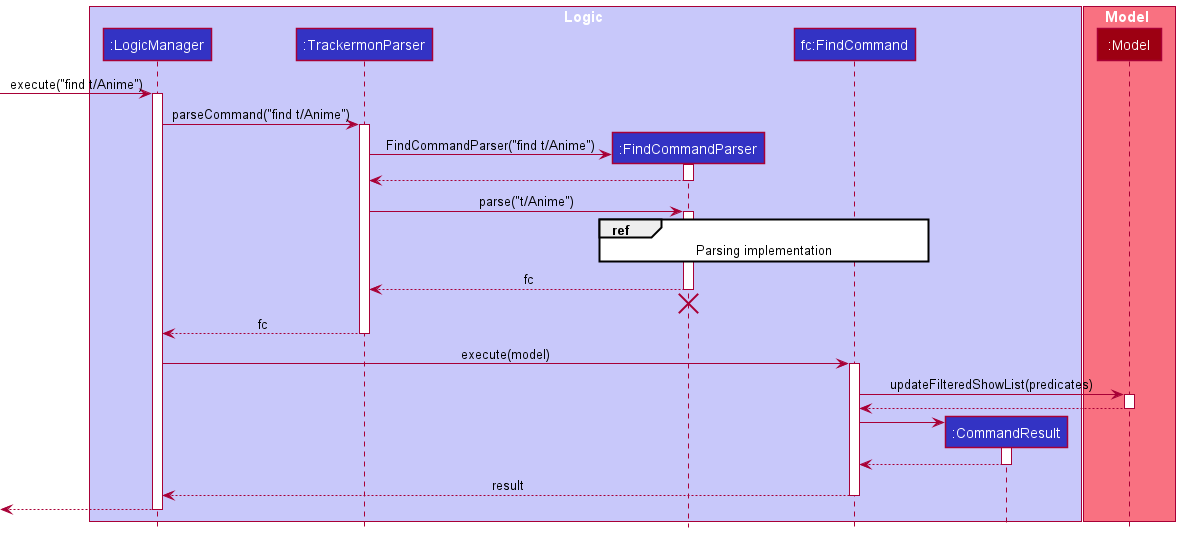
nus-cs2103-AY2122S2/tp keeps this PlantUML diagram as docs/images/FindSequenceDiagram.png. Above is the earlier version.
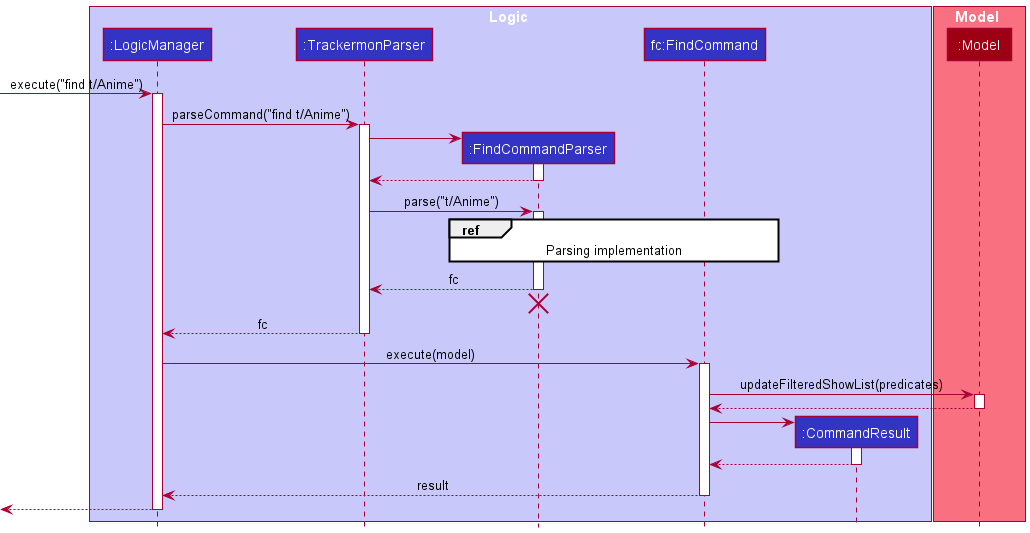
After the change.

Change to the diagram source:
```diff
@@ -20,7 +20,7 @@
 activate TrackermonParser
 
 create FindCommandParser
-TrackermonParser -> FindCommandParser :FindCommandParser("find t/Anime")
+TrackermonParser -> FindCommandParser
 activate FindCommandParser
 
 FindCommandParser --> TrackermonParser
```
